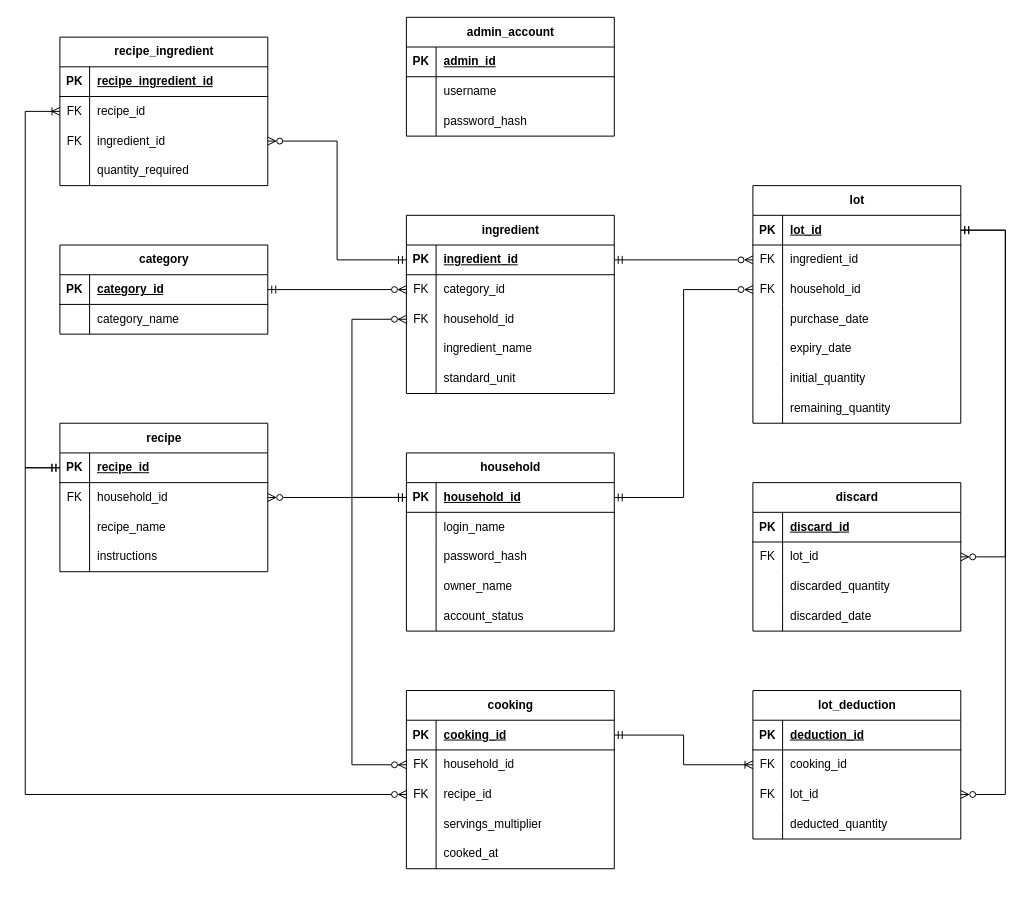
Earlier version of the draw.io diagram design/er-diagram.drawio (boss2912/Smart-Fridge-Recipe-Planner). Source tidied: cells renumbered, new cells numbered last; positions are measured from the earlier drawing's top-left corner, leaving out a move shared by most shapes. Both pictures are drawn from the tidied source at 99%, with x=0, y=0 at pixel (25, 17).
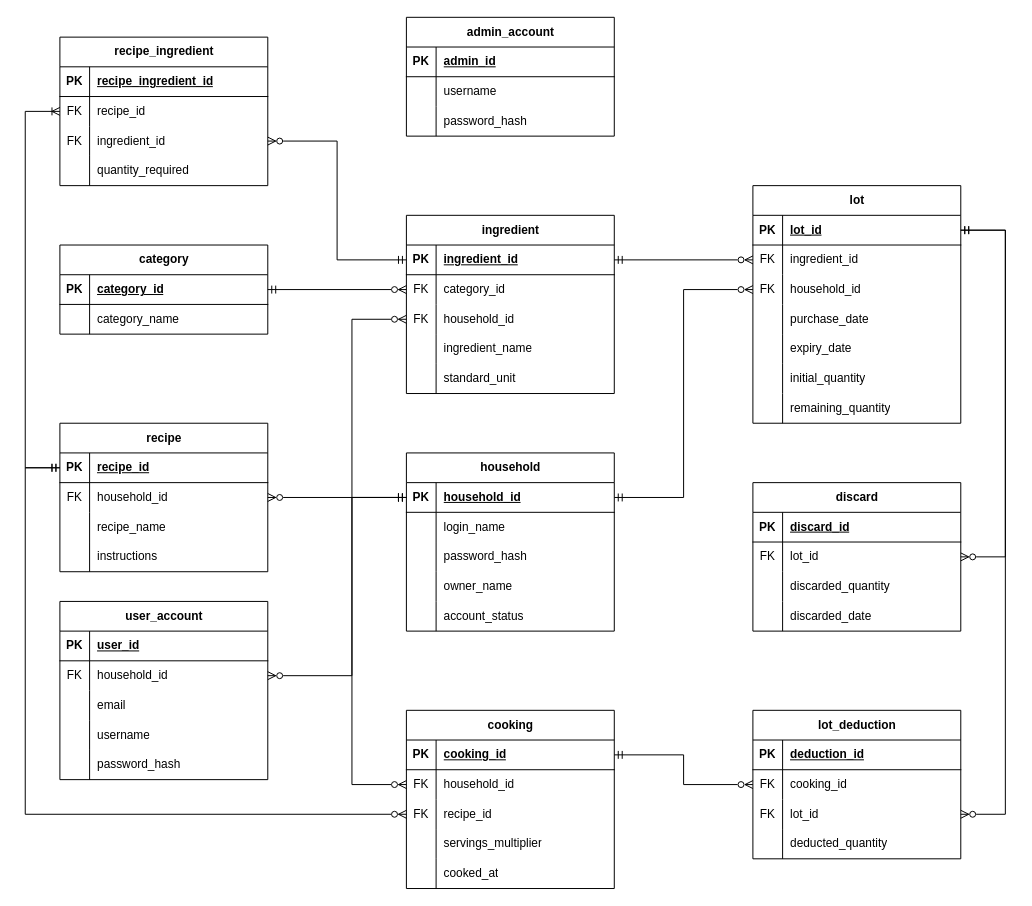
After the change.

Commit message (it also covers changes not shown here):
fix(design): เปลี่ยนเส้น cooking->lot_deduction เป็น 0..N และเพิ่มตาราง user_account

Unchanged cells that the change refers to:
```xml
<mxCell id="13" style="shape=tableRow;horizontal=0;startSize=0;swimlaneHead=0;swimlaneBody=0;fillColor=none;points=[[0,0.5],[1,0.5]];portConstraint=eastwest;top=0;left=0;right=0;bottom=1;" parent="12" vertex="1">
  <mxGeometry y="30" width="210" height="30" as="geometry" />
</mxCell>
<mxCell id="52" style="shape=tableRow;horizontal=0;startSize=0;swimlaneHead=0;swimlaneBody=0;fillColor=none;points=[[0,0.5],[1,0.5]];portConstraint=eastwest;top=0;left=0;right=0;bottom=1;" parent="51" vertex="1">
  <mxGeometry y="30" width="210" height="30" as="geometry" />
</mxCell>
<mxCell id="74" style="shape=tableRow;horizontal=0;startSize=0;swimlaneHead=0;swimlaneBody=0;fillColor=none;points=[[0,0.5],[1,0.5]];portConstraint=eastwest;top=0;left=0;right=0;bottom=1;" parent="73" vertex="1">
  <mxGeometry y="30" width="210" height="30" as="geometry" />
</mxCell>
<mxCell id="100" style="shape=tableRow;horizontal=0;startSize=0;swimlaneHead=0;swimlaneBody=0;fillColor=none;points=[[0,0.5],[1,0.5]];portConstraint=eastwest;top=0;left=0;right=0;bottom=1;" parent="99" vertex="1">
  <mxGeometry y="30" width="210" height="30" as="geometry" />
</mxCell>
<mxCell id="103" style="shape=tableRow;horizontal=0;startSize=0;swimlaneHead=0;swimlaneBody=0;fillColor=none;points=[[0,0.5],[1,0.5]];portConstraint=eastwest;top=0;left=0;right=0;bottom=0;" parent="99" vertex="1">
  <mxGeometry y="60" width="210" height="30" as="geometry" />
</mxCell>
<mxCell id="106" style="shape=tableRow;horizontal=0;startSize=0;swimlaneHead=0;swimlaneBody=0;fillColor=none;points=[[0,0.5],[1,0.5]];portConstraint=eastwest;top=0;left=0;right=0;bottom=0;" parent="99" vertex="1">
  <mxGeometry y="90" width="210" height="30" as="geometry" />
</mxCell>
<mxCell id="132" style="shape=tableRow;horizontal=0;startSize=0;swimlaneHead=0;swimlaneBody=0;fillColor=none;points=[[0,0.5],[1,0.5]];portConstraint=eastwest;top=0;left=0;right=0;bottom=0;" parent="128" vertex="1">
  <mxGeometry y="60" width="210" height="30" as="geometry" />
</mxCell>
<mxCell id="135" style="shape=tableRow;horizontal=0;startSize=0;swimlaneHead=0;swimlaneBody=0;fillColor=none;points=[[0,0.5],[1,0.5]];portConstraint=eastwest;top=0;left=0;right=0;bottom=0;" parent="128" vertex="1">
  <mxGeometry y="90" width="210" height="30" as="geometry" />
</mxCell>
```

What changed in the source:
```diff
@@
+    <mxCell id="153" value="user_account" style="shape=table;startSize=30;childLayout=tableLayout;rowLines=0;fontStyle=1;align=center;html=1;" parent="1" vertex="1">
+      <mxGeometry x="35" y="590" width="210" height="180" as="geometry" />
+    </mxCell>
+    <mxCell id="154" style="shape=tableRow;horizontal=0;startSize=0;swimlaneHead=0;swimlaneBody=0;fillColor=none;top=0;left=0;right=0;bottom=1;" parent="153" vertex="1">
+      <mxGeometry y="30" width="210" height="30" as="geometry" />
+    </mxCell>
+    <mxCell id="155" value="PK" style="shape=partialRectangle;fillColor=none;top=0;left=0;bottom=0;right=0;fontStyle=1;overflow=hidden;whiteSpace=wrap;html=1;" parent="154" vertex="1">
+      <mxGeometry width="30" height="30" as="geometry" />
+    </mxCell>
+    <mxCell id="156" value="user_id" style="shape=partialRectangle;fillColor=none;top=0;left=0;bottom=0;right=0;align=left;spacingLeft=6;fontStyle=5;overflow=hidden;whiteSpace=wrap;html=1;" parent="154" vertex="1">
+      <mxGeometry x="30" width="180" height="30" as="geometry" />
+    </mxCell>
+    <mxCell id="157" style="shape=tableRow;horizontal=0;startSize=0;swimlaneHead=0;swimlaneBody=0;fillColor=none;points=[[0,0.5],[1,0.5]];portConstraint=eastwest;top=0;left=0;right=0;bottom=0;" parent="153" vertex="1">
+      <mxGeometry y="60" width="210" height="30" as="geometry" />
+    </mxCell>
+    <mxCell id="158" value="FK" style="shape=partialRectangle;fillColor=none;top=0;left=0;bottom=0;right=0;overflow=hidden;whiteSpace=wrap;html=1;" parent="157" vertex="1">
+      <mxGeometry width="30" height="30" as="geometry" />
+    </mxCell>
+    <mxCell id="159" value="household_id" style="shape=partialRectangle;fillColor=none;top=0;left=0;bottom=0;right=0;align=left;spacingLeft=6;overflow=hidden;whiteSpace=wrap;html=1;" parent="157" vertex="1">
+      <mxGeometry x="30" width="180" height="30" as="geometry" />
+    </mxCell>
+    <mxCell id="160" style="shape=tableRow;horizontal=0;startSize=0;swimlaneHead=0;swimlaneBody=0;fillColor=none;top=0;left=0;right=0;bottom=0;" parent="153" vertex="1">
+      <mxGeometry y="90" width="210" height="30" as="geometry" />
+    </mxCell>
+    <mxCell id="161" style="shape=partialRectangle;fillColor=none;top=0;left=0;bottom=0;right=0;overflow=hidden;whiteSpace=wrap;html=1;" parent="160" vertex="1">
+      <mxGeometry width="30" height="30" as="geometry" />
+    </mxCell>
+    <mxCell id="162" value="email" style="shape=partialRectangle;fillColor=none;top=0;left=0;bottom=0;right=0;align=left;spacingLeft=6;overflow=hidden;whiteSpace=wrap;html=1;" parent="160" vertex="1">
+      <mxGeometry x="30" width="180" height="30" as="geometry" />
+    </mxCell>
+    <mxCell id="163" style="shape=tableRow;horizontal=0;startSize=0;swimlaneHead=0;swimlaneBody=0;fillColor=none;top=0;left=0;right=0;bottom=0;" parent="153" vertex="1">
+      <mxGeometry y="120" width="210" height="30" as="geometry" />
+    </mxCell>
+    <mxCell id="164" style="shape=partialRectangle;fillColor=none;top=0;left=0;bottom=0;right=0;overflow=hidden;whiteSpace=wrap;html=1;" parent="163" vertex="1">
+      <mxGeometry width="30" height="30" as="geometry" />
+    </mxCell>
+    <mxCell id="165" value="username" style="shape=partialRectangle;fillColor=none;top=0;left=0;bottom=0;right=0;align=left;spacingLeft=6;overflow=hidden;whiteSpace=wrap;html=1;" parent="163" vertex="1">
+      <mxGeometry x="30" width="180" height="30" as="geometry" />
+    </mxCell>
+    <mxCell id="166" style="shape=tableRow;horizontal=0;startSize=0;swimlaneHead=0;swimlaneBody=0;fillColor=none;top=0;left=0;right=0;bottom=0;" parent="153" vertex="1">
+      <mxGeometry y="150" width="210" height="30" as="geometry" />
+    </mxCell>
+    <mxCell id="167" style="shape=partialRectangle;fillColor=none;top=0;left=0;bottom=0;right=0;overflow=hidden;whiteSpace=wrap;html=1;" parent="166" vertex="1">
+      <mxGeometry width="30" height="30" as="geometry" />
+    </mxCell>
+    <mxCell id="168" value="password_hash" style="shape=partialRectangle;fillColor=none;top=0;left=0;bottom=0;right=0;align=left;spacingLeft=6;overflow=hidden;whiteSpace=wrap;html=1;" parent="166" vertex="1">
+      <mxGeometry x="30" width="180" height="30" as="geometry" />
+    </mxCell>
@@
     <mxCell id="99" value="cooking" style="shape=table;startSize=30;childLayout=tableLayout;rowLines=0;fontStyle=1;align=center;html=1;" parent="1" vertex="1">
-      <mxGeometry x="385" y="680" width="210" height="180" as="geometry" />
+      <mxGeometry x="385" y="700" width="210" height="180" as="geometry" />
     </mxCell>
@@
     <mxCell id="128" value="lot_deduction" style="shape=table;startSize=30;childLayout=tableLayout;rowLines=0;fontStyle=1;align=center;html=1;" parent="1" vertex="1">
-      <mxGeometry x="735" y="680" width="210" height="150" as="geometry" />
+      <mxGeometry x="735" y="700" width="210" height="150" as="geometry" />
     </mxCell>
@@
+    <mxCell id="169" style="edgeStyle=orthogonalEdgeStyle;rounded=0;jettySize=auto;html=1;exitX=0;exitY=0.5;exitDx=0;exitDy=0;entryX=1;entryY=0.5;entryDx=0;entryDy=0;defaultLabelBackgroundColor=page;labelPadding=0 4;startArrow=ERmandOne;startFill=0;endArrow=ERzeroToMany;endFill=0;" parent="1" edge="1" source="13" target="157">
+      <mxGeometry relative="1" as="geometry">
+        <Array as="points">
+          <mxPoint x="330" y="485" />
+          <mxPoint x="330" y="665" />
+        </Array>
+      </mxGeometry>
+    </mxCell>
@@
     <mxCell id="148" style="edgeStyle=orthogonalEdgeStyle;rounded=0;jettySize=auto;html=1;exitX=0;exitY=0.5;exitDx=0;exitDy=0;entryX=0;entryY=0.5;entryDx=0;entryDy=0;defaultLabelBackgroundColor=page;labelPadding=0 4;startArrow=ERmandOne;startFill=0;endArrow=ERzeroToMany;endFill=0;" parent="1" edge="1" source="13" target="103">
       <mxGeometry relative="1" as="geometry">
         <Array as="points">
           <mxPoint x="330" y="485" />
-          <mxPoint x="330" y="755" />
+          <mxPoint x="330" y="775" />
         </Array>
       </mxGeometry>
     </mxCell>
     <mxCell id="149" style="edgeStyle=orthogonalEdgeStyle;rounded=0;jettySize=auto;html=1;exitX=0;exitY=0.5;exitDx=0;exitDy=0;entryX=0;entryY=0.5;entryDx=0;entryDy=0;defaultLabelBackgroundColor=page;labelPadding=0 4;startArrow=ERmandOne;startFill=0;endArrow=ERzeroToMany;endFill=0;" parent="1" edge="1" source="74" target="106">
       <mxGeometry relative="1" as="geometry">
         <Array as="points">
           <mxPoint y="455" />
-          <mxPoint y="785" />
+          <mxPoint y="805" />
         </Array>
       </mxGeometry>
     </mxCell>
-    <mxCell id="150" style="edgeStyle=orthogonalEdgeStyle;rounded=0;jettySize=auto;html=1;exitX=1;exitY=0.5;exitDx=0;exitDy=0;entryX=0;entryY=0.5;entryDx=0;entryDy=0;defaultLabelBackgroundColor=page;labelPadding=0 4;startArrow=ERmandOne;startFill=0;endArrow=ERoneToMany;endFill=0;" parent="1" edge="1" source="100" target="132">
+    <mxCell id="150" style="edgeStyle=orthogonalEdgeStyle;rounded=0;jettySize=auto;html=1;exitX=1;exitY=0.5;exitDx=0;exitDy=0;entryX=0;entryY=0.5;entryDx=0;entryDy=0;defaultLabelBackgroundColor=page;labelPadding=0 4;startArrow=ERmandOne;startFill=0;endArrow=ERzeroToMany;endFill=0;" parent="1" edge="1" source="100" target="132">
       <mxGeometry relative="1" as="geometry">
         <Array as="points">
-          <mxPoint x="665" y="725" />
-          <mxPoint x="665" y="755" />
+          <mxPoint x="665" y="745" />
+          <mxPoint x="665" y="775" />
         </Array>
       </mxGeometry>
     </mxCell>
@@
     <mxCell id="152" style="edgeStyle=orthogonalEdgeStyle;rounded=0;jettySize=auto;html=1;exitX=1;exitY=0.5;exitDx=0;exitDy=0;entryX=1;entryY=0.5;entryDx=0;entryDy=0;defaultLabelBackgroundColor=page;labelPadding=0 4;startArrow=ERmandOne;startFill=0;endArrow=ERzeroToMany;endFill=0;" parent="1" edge="1" source="52" target="135">
       <mxGeometry relative="1" as="geometry">
         <Array as="points">
           <mxPoint x="990" y="215" />
-          <mxPoint x="990" y="785" />
+          <mxPoint x="990" y="805" />
         </Array>
       </mxGeometry>
     </mxCell>
```
